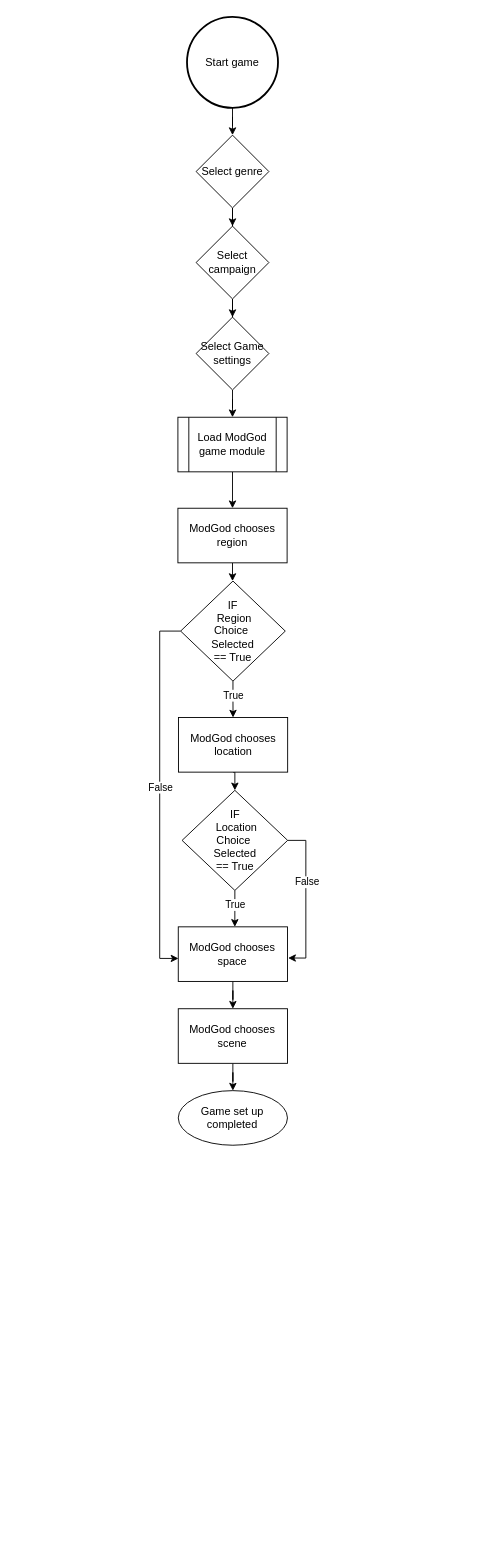
Above: Phase2/Flowcharts/modgodToolset/ModGod/Creation/Scene/ModGodSceneCreation.drawio in RPG-Research/bcirpg (draw.io), before the change. Source tidied: cells renumbered, new cells numbered last; positions are measured from the earlier drawing's top-left corner, leaving out a move shared by most shapes. Both pictures are drawn from the tidied source at 91%, with x=0, y=0 at pixel (159, 16).
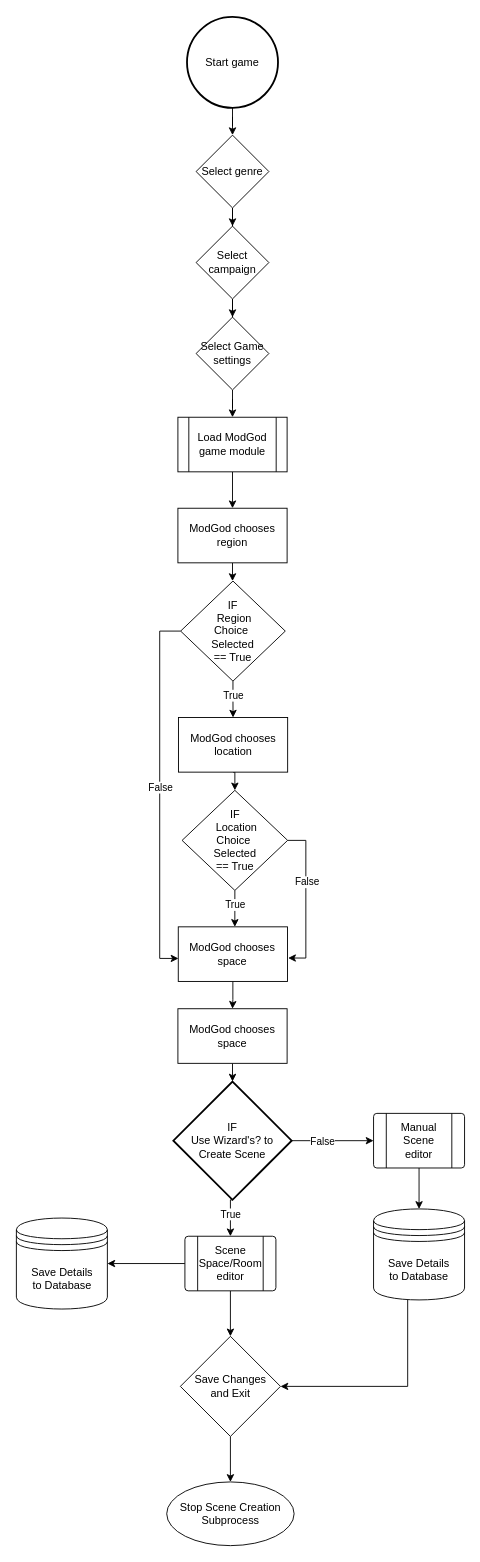
Above is the later version.

Commit message (it also covers changes not shown here):
Worked on vailidating the Creation subprocesses for the modgod flowcharts.

Unchanged cells that the change refers to:
```xml
<mxCell id="15" value="ModGod chooses space" style="rounded=0;whiteSpace=wrap;html=1;" parent="1" vertex="1">
  <mxGeometry x="20.4" y="1000" width="120" height="60" as="geometry" />
</mxCell>
```

What changed in the source:
```diff
@@
-    <mxCell id="14" style="edgeStyle=orthogonalEdgeStyle;rounded=0;jettySize=auto;html=1;" parent="1" edge="1" source="15" target="17">
-      <mxGeometry relative="1" as="geometry" />
-    </mxCell>
+    <mxCell id="31" style="edgeStyle=orthogonalEdgeStyle;rounded=0;jettySize=auto;html=1;exitX=0.5;exitY=1;exitDx=0;exitDy=0;" parent="1" edge="1" source="15" target="49">
+      <mxGeometry relative="1" as="geometry" />
+    </mxCell>
@@
-    <mxCell id="16" style="edgeStyle=orthogonalEdgeStyle;rounded=0;jettySize=auto;html=1;" parent="1" edge="1" source="17" target="18">
-      <mxGeometry relative="1" as="geometry" />
-    </mxCell>
-    <mxCell id="17" value="ModGod chooses scene" style="rounded=0;whiteSpace=wrap;html=1;" parent="1" vertex="1">
-      <mxGeometry x="20.4" y="1090" width="120" height="60" as="geometry" />
-    </mxCell>
-    <mxCell id="18" value="Game set up completed" style="ellipse;whiteSpace=wrap;html=1;rounded=0;" parent="1" vertex="1">
-      <mxGeometry x="20.4" y="1180" width="120" height="60" as="geometry" />
-    </mxCell>
@@
+    <mxCell id="32" value="Stop Scene Creation Subprocess" style="ellipse;whiteSpace=wrap;html=1;rounded=0;" parent="1" vertex="1">
+      <mxGeometry x="7.7" y="1610" width="140" height="70" as="geometry" />
+    </mxCell>
+    <mxCell id="33" value="Save Details&lt;br&gt;to&amp;nbsp;Database" style="shape=datastore;whiteSpace=wrap;html=1;" parent="1" vertex="1">
+      <mxGeometry x="-157.5" y="1320" width="100" height="100" as="geometry" />
+    </mxCell>
+    <mxCell id="34" style="edgeStyle=orthogonalEdgeStyle;rounded=0;jettySize=auto;html=1;entryX=1;entryY=0.5;entryDx=0;entryDy=0;" parent="1" edge="1" source="36" target="33">
+      <mxGeometry relative="1" as="geometry" />
+    </mxCell>
+    <mxCell id="35" style="edgeStyle=orthogonalEdgeStyle;rounded=0;jettySize=auto;html=1;" parent="1" edge="1" source="36" target="45">
+      <mxGeometry relative="1" as="geometry" />
+    </mxCell>
+    <mxCell id="36" value="Scene&lt;br&gt;Space/Room editor" style="verticalLabelPosition=middle;verticalAlign=middle;html=1;shape=process;whiteSpace=wrap;rounded=1;size=0.14;arcSize=6;labelPosition=center;align=center;" parent="1" vertex="1">
+      <mxGeometry x="27.7" y="1340" width="100" height="60" as="geometry" />
+    </mxCell>
+    <mxCell id="37" style="edgeStyle=orthogonalEdgeStyle;rounded=0;jettySize=auto;html=1;exitX=0.5;exitY=1;exitDx=0;exitDy=0;exitPerimeter=0;" parent="1" edge="1" source="41" target="36">
+      <mxGeometry relative="1" as="geometry">
+        <Array as="points">
+          <mxPoint x="77.7" y="1320" />
+          <mxPoint x="77.7" y="1320" />
+        </Array>
+      </mxGeometry>
+    </mxCell>
+    <mxCell id="38" value="True" style="edgeLabel;html=1;align=center;verticalAlign=middle;" parent="37" vertex="1">
+      <mxGeometry x="-0.17" relative="1" as="geometry" />
+    </mxCell>
+    <mxCell id="39" style="edgeStyle=orthogonalEdgeStyle;rounded=0;jettySize=auto;html=1;exitX=1;exitY=0.5;exitDx=0;exitDy=0;exitPerimeter=0;entryX=0;entryY=0.5;entryDx=0;entryDy=0;" parent="1" edge="1" source="41" target="43">
+      <mxGeometry relative="1" as="geometry" />
+    </mxCell>
+    <mxCell id="40" value="False" style="edgeLabel;html=1;align=center;verticalAlign=middle;" parent="39" vertex="1">
+      <mxGeometry x="-0.27" relative="1" as="geometry" />
+    </mxCell>
+    <mxCell id="41" value="IF&lt;br&gt;Use Wizard's? to Create Scene" style="strokeWidth=2;html=1;shape=mxgraph.flowchart.decision;whiteSpace=wrap;" parent="1" vertex="1">
+      <mxGeometry x="15" y="1170" width="130" height="130" as="geometry" />
+    </mxCell>
+    <mxCell id="42" style="edgeStyle=orthogonalEdgeStyle;rounded=0;jettySize=auto;html=1;exitX=0.5;exitY=1;exitDx=0;exitDy=0;entryX=0.5;entryY=0;entryDx=0;entryDy=0;" parent="1" edge="1" source="43" target="47">
+      <mxGeometry relative="1" as="geometry" />
+    </mxCell>
+    <mxCell id="43" value="Manual&lt;br&gt;Scene&lt;br&gt;editor" style="verticalLabelPosition=middle;verticalAlign=middle;html=1;shape=process;whiteSpace=wrap;rounded=1;size=0.14;arcSize=6;labelPosition=center;align=center;" parent="1" vertex="1">
+      <mxGeometry x="235" y="1205" width="100" height="60" as="geometry" />
+    </mxCell>
+    <mxCell id="44" style="edgeStyle=orthogonalEdgeStyle;rounded=0;jettySize=auto;html=1;exitX=0.5;exitY=1;exitDx=0;exitDy=0;" parent="1" edge="1" source="45" target="32">
+      <mxGeometry relative="1" as="geometry" />
+    </mxCell>
+    <mxCell id="45" value="Save Changes &lt;br&gt;and&amp;nbsp;Exit" style="rhombus;whiteSpace=wrap;html=1;" parent="1" vertex="1">
+      <mxGeometry x="22.7" y="1450" width="110" height="110" as="geometry" />
+    </mxCell>
+    <mxCell id="46" style="edgeStyle=orthogonalEdgeStyle;rounded=0;jettySize=auto;html=1;entryX=1;entryY=0.5;entryDx=0;entryDy=0;" parent="1" edge="1" source="47" target="45">
+      <mxGeometry relative="1" as="geometry">
+        <Array as="points">
+          <mxPoint x="272.5" y="1505" />
+        </Array>
+      </mxGeometry>
+    </mxCell>
+    <mxCell id="47" value="Save Details&lt;br&gt;to&amp;nbsp;Database" style="shape=datastore;whiteSpace=wrap;html=1;" parent="1" vertex="1">
+      <mxGeometry x="235" y="1310" width="100" height="100" as="geometry" />
+    </mxCell>
+    <mxCell id="48" style="edgeStyle=orthogonalEdgeStyle;rounded=0;jettySize=auto;html=1;exitX=0.5;exitY=1;exitDx=0;exitDy=0;entryX=0.5;entryY=0;entryDx=0;entryDy=0;entryPerimeter=0;" parent="1" edge="1" source="49" target="41">
+      <mxGeometry relative="1" as="geometry" />
+    </mxCell>
+    <mxCell id="49" value="ModGod chooses space" style="rounded=0;whiteSpace=wrap;html=1;" parent="1" vertex="1">
+      <mxGeometry x="20" y="1090" width="120" height="60" as="geometry" />
+    </mxCell>
```
